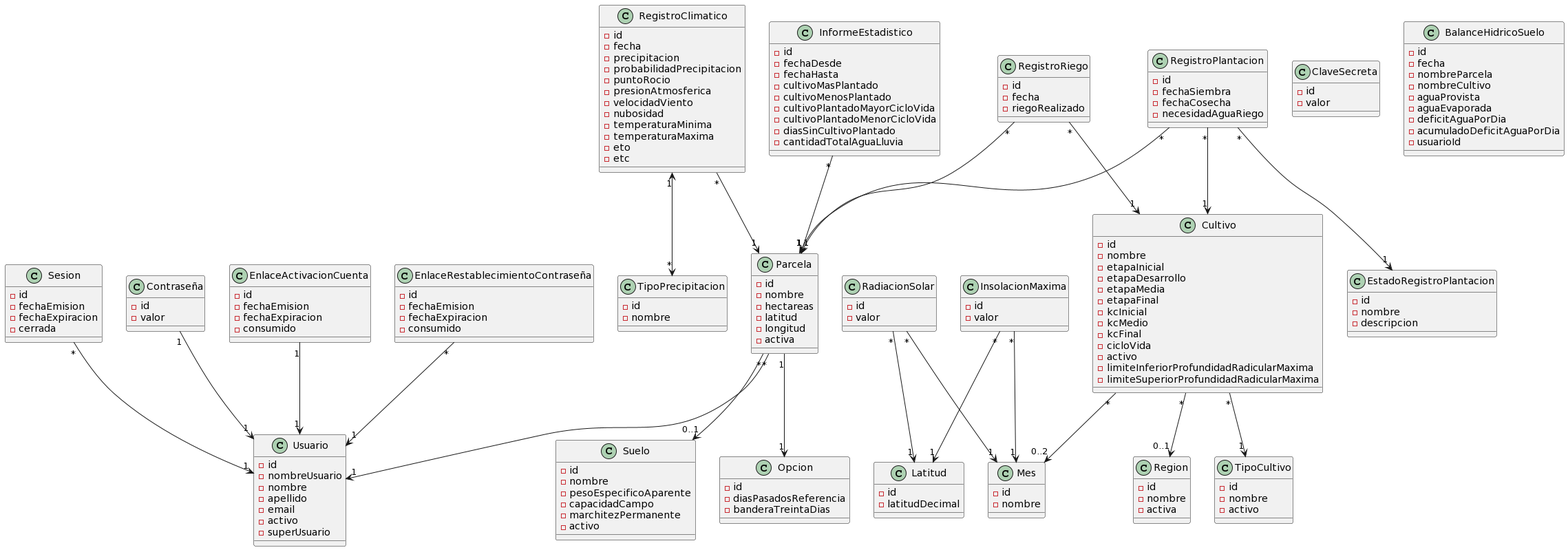
Earlier version of the PlantUML export docs/domain model/Modelo de dominio.png (facundopaez-dev/sistema-web-riego).
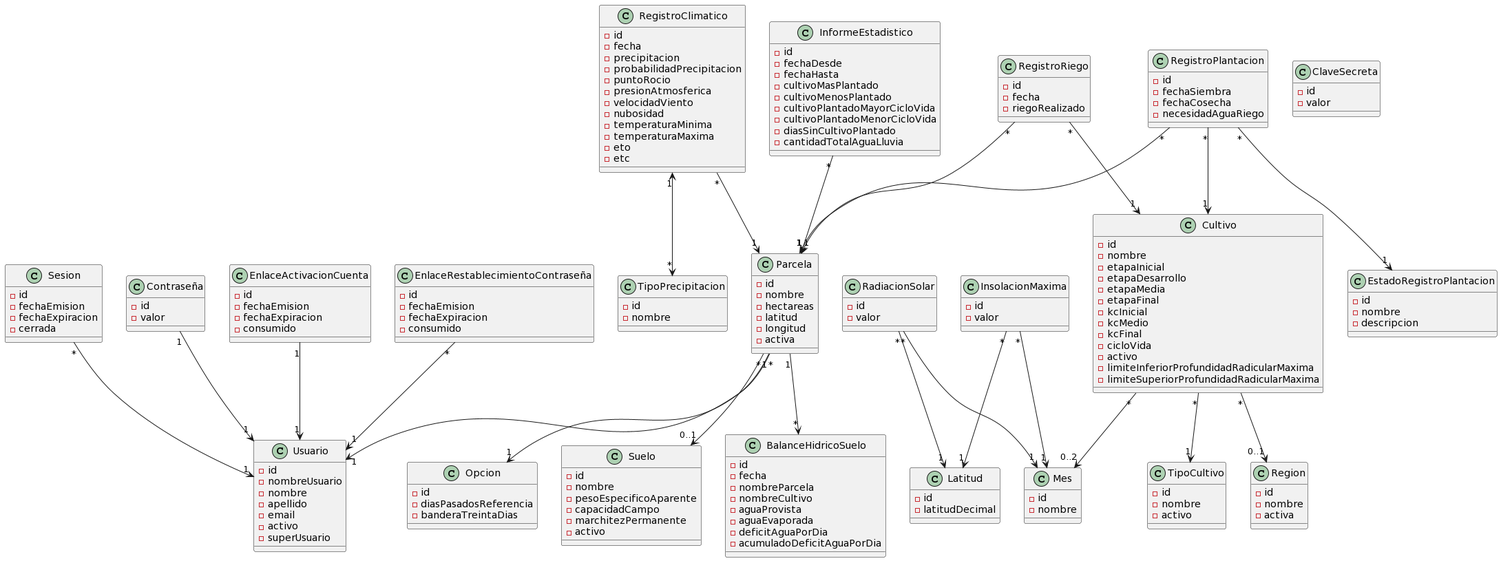
Later version of the same file.

Diff of the diagram source:
```diff
@@ -21,6 +21,7 @@
 Cultivo "*" --> "0..2" Mes
 Parcela "*" --> "0..1" Suelo
 Contraseña "1" --> "1" Usuario
+Parcela "1" --> "*" BalanceHidricoSuelo
 
 class Parcela {
 -id
@@ -181,7 +182,6 @@
 -aguaEvaporada
 -deficitAguaPorDia
 -acumuladoDeficitAguaPorDia
--usuarioId
 }
 
 class Suelo {
```
